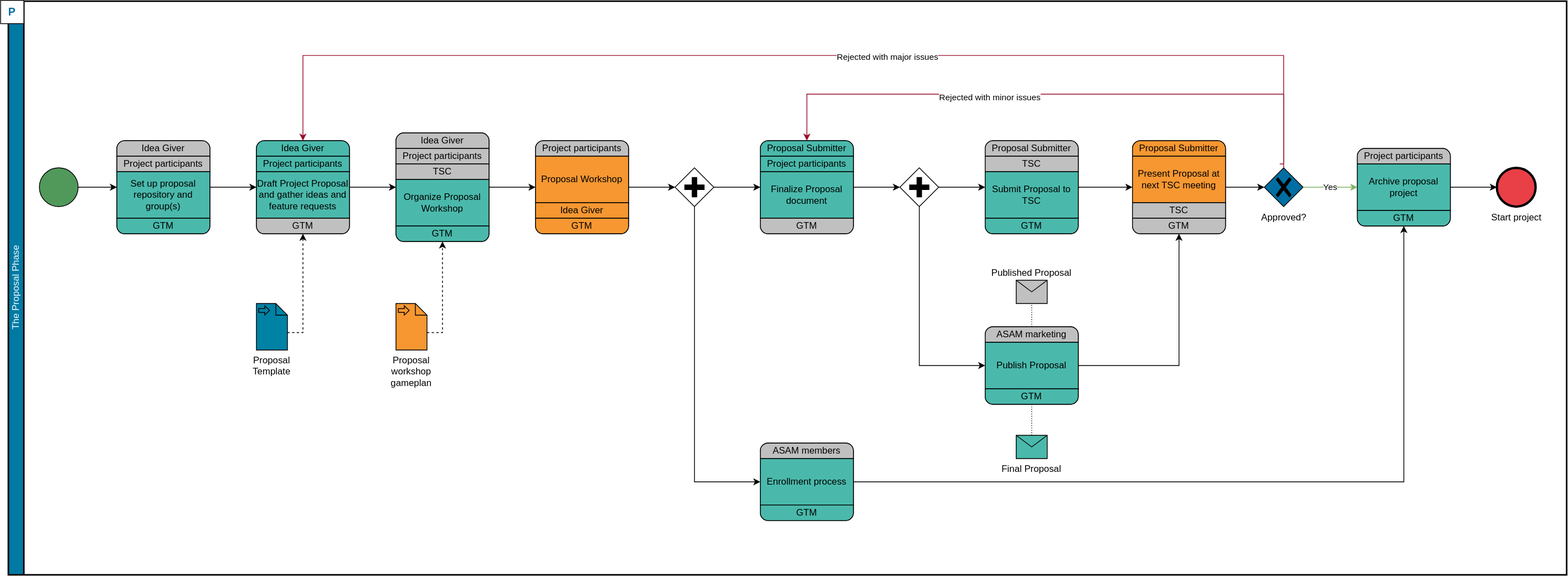
The draw.io diagram content/modules/compendium/assets/images/asam/proposal_phase_v2.drawio.svg in asam-ev/asam-project-guide-content, before a commit. Source tidied: cells renumbered, new cells last; positions are measured from the earlier drawing's top-left corner, leaving out a move shared by most shapes.
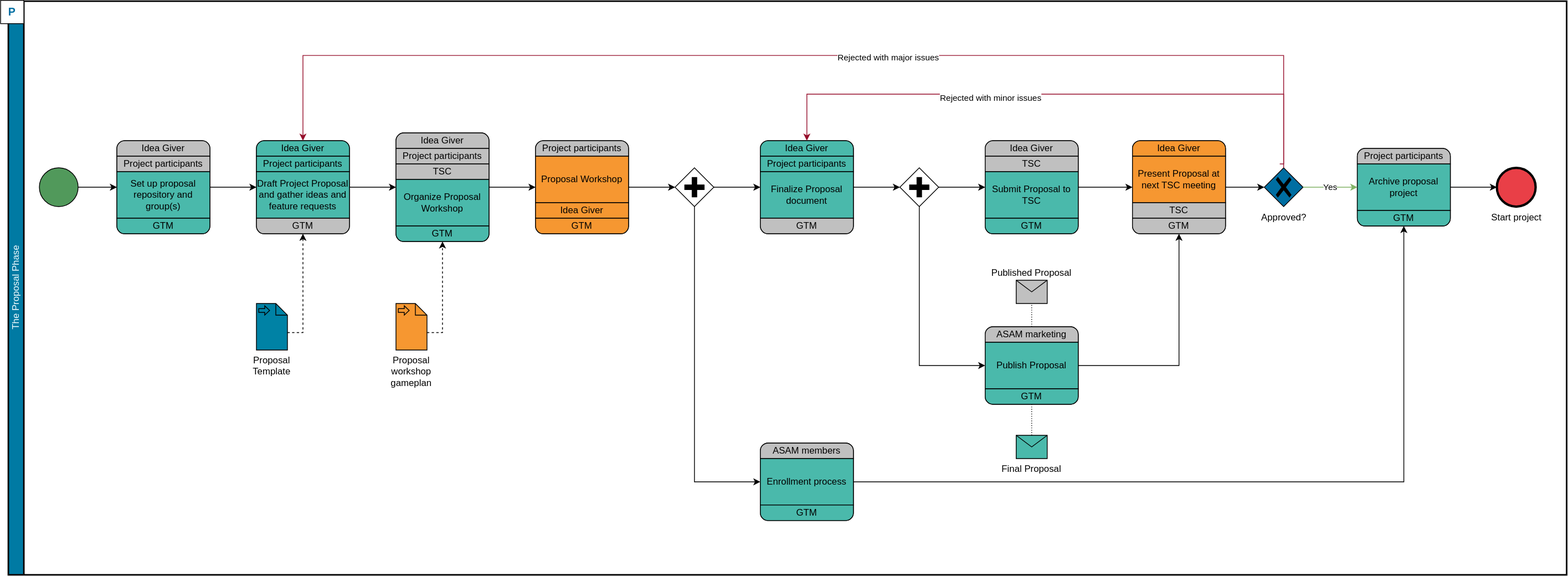
The same file after the commit.

Commit message:
Fixed incorrect roles in proposal phase

Diff of the diagram source:
```diff
@@ -74,7 +74,7 @@
     <mxCell id="25" value="Draft Project Proposal, gather ideas and feature requests" style="rounded=1;whiteSpace=wrap;html=1;absoluteArcSize=1;arcSize=20;horizontal=1;fillColor=#F69731;" parent="2" vertex="1">
       <mxGeometry x="1450" y="180" width="120" height="120" as="geometry" />
     </mxCell>
-    <mxCell id="26" value="Proposal Submitter" style="whiteSpace=wrap;html=1;shape=mxgraph.basic.rect;size=10;rectStyle=rounded;bottomRightStyle=square;bottomLeftStyle=square;fillColor=#F69731;" parent="25" vertex="1">
+    <mxCell id="26" value="Idea Giver" style="whiteSpace=wrap;html=1;shape=mxgraph.basic.rect;size=10;rectStyle=rounded;bottomRightStyle=square;bottomLeftStyle=square;fillColor=#F69731;" parent="25" vertex="1">
       <mxGeometry width="120" height="20" as="geometry" />
     </mxCell>
     <mxCell id="27" value="Present Proposal at next TSC meeting" style="shape=mxgraph.bpmn.task;taskMarker=abstract;whiteSpace=wrap;fillColor=#F69731;" parent="25" vertex="1">
@@ -113,7 +113,7 @@
     <mxCell id="38" value="Draft Project Proposal, gather ideas and feature requests" style="rounded=1;whiteSpace=wrap;html=1;absoluteArcSize=1;arcSize=20;horizontal=1;fillColor=#4AB9AB;" parent="2" vertex="1">
       <mxGeometry x="1260" y="180" width="120" height="120" as="geometry" />
     </mxCell>
-    <mxCell id="39" value="Proposal Submitter" style="whiteSpace=wrap;html=1;shape=mxgraph.basic.rect;size=10;rectStyle=rounded;bottomRightStyle=square;bottomLeftStyle=square;fillColor=#C0C0C0;" parent="38" vertex="1">
+    <mxCell id="39" value="Idea Giver" style="whiteSpace=wrap;html=1;shape=mxgraph.basic.rect;size=10;rectStyle=rounded;bottomRightStyle=square;bottomLeftStyle=square;fillColor=#C0C0C0;" parent="38" vertex="1">
       <mxGeometry width="120" height="20" as="geometry" />
     </mxCell>
     <mxCell id="40" value="TSC" style="shape=mxgraph.bpmn.task;taskMarker=abstract;rectStyle=square;fillColor=#C0C0C0;whiteSpace=wrap;" parent="38" vertex="1">
@@ -134,7 +134,7 @@
     <mxCell id="45" value="Draft Project Proposal, gather ideas and feature requests" style="rounded=1;whiteSpace=wrap;html=1;absoluteArcSize=1;arcSize=20;horizontal=1;fillColor=#4AB9AB;" parent="2" vertex="1">
       <mxGeometry x="970" y="180" width="120" height="120" as="geometry" />
     </mxCell>
-    <mxCell id="46" value="Proposal Submitter" style="whiteSpace=wrap;html=1;shape=mxgraph.basic.rect;size=10;rectStyle=rounded;bottomRightStyle=square;bottomLeftStyle=square;fillColor=#4AB9AB;" parent="45" vertex="1">
+    <mxCell id="46" value="Idea Giver" style="whiteSpace=wrap;html=1;shape=mxgraph.basic.rect;size=10;rectStyle=rounded;bottomRightStyle=square;bottomLeftStyle=square;fillColor=#4AB9AB;" parent="45" vertex="1">
       <mxGeometry width="120" height="20" as="geometry" />
     </mxCell>
     <mxCell id="47" value="Project participants" style="shape=mxgraph.bpmn.task;taskMarker=abstract;rectStyle=square;whiteSpace=wrap;fillColor=#4AB9AB;" parent="45" vertex="1">
```
